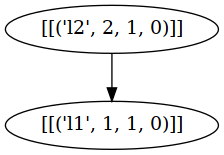
Above: task_network.png in XushengLuo92/Hierarchical-LTL (Graphviz), before the change. Its source is kept beside it as task_network.dot.
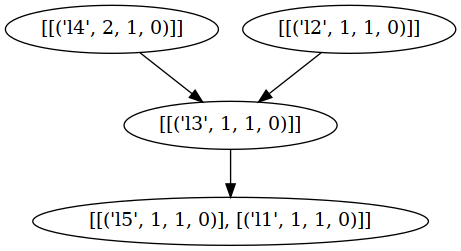
The same file after the commit.

Diff of the diagram source:
```diff
@@ -1,6 +1,10 @@
 strict digraph "" {
 	node [label="\N"];
-	"('l0', 2)"	[label="[[('l1', 1, 1, 0)]]"];
-	"('l100', 1)"	[label="[[('l2', 2, 1, 0)]]"];
-	"('l100', 1)" -> "('l0', 2)";
+	"('l100', 1)"	[label="[[('l4', 2, 1, 0)]]"];
+	"('l200', 1)"	[label="[[('l3', 1, 1, 0)]]"];
+	"('l100', 1)" -> "('l200', 1)";
+	"('l100', 2)"	[label="[[('l2', 1, 1, 0)]]"];
+	"('l100', 2)" -> "('l200', 1)";
+	"('l200', 2)"	[label="[[('l5', 1, 1, 0)], [('l1', 1, 1, 0)]]"];
+	"('l200', 1)" -> "('l200', 2)";
 }
```
